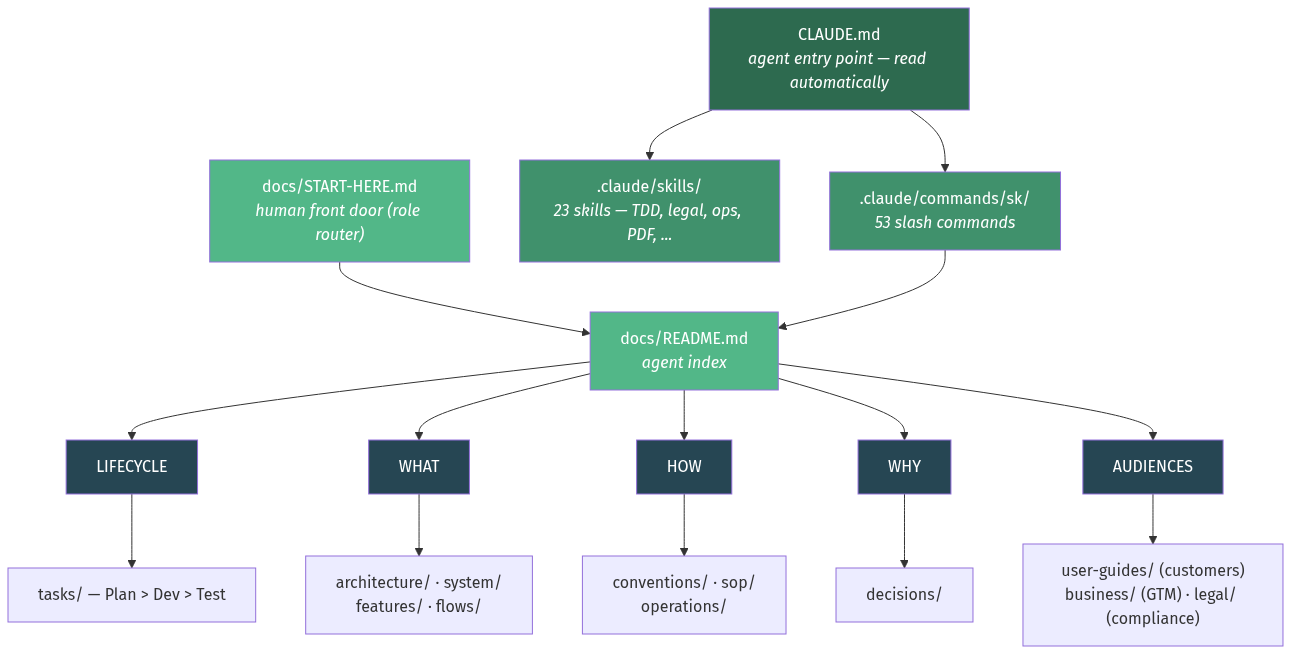
Before: assets/how-it-works.png, a diagram exported from Mermaid (moniav/sk). Its source is kept beside it as assets/src/how-it-works.mmd. The source it was exported from:
```mermaid
graph TD
    A["CLAUDE.md<br/><i>agent entry point — read automatically</i>"] --> B[".claude/commands/sk/<br/><i>53 slash commands</i>"]
    A --> B2[".claude/skills/<br/><i>23 skills — TDD, legal, ops, PDF, ...</i>"]
    SH["docs/START-HERE.md<br/><i>human front door (role router)</i>"] --> C
    B --> C["docs/README.md<br/><i>agent index</i>"]

    C --> D["LIFECYCLE"]
    C --> E["WHAT"]
    C --> G["HOW"]
    C --> F["WHY"]
    C --> H["AUDIENCES"]

    D --> D1["tasks/ — Plan > Dev > Test"]
    E --> E1["architecture/ · system/<br/>features/ · flows/"]
    G --> G1["conventions/ · sop/<br/>operations/"]
    F --> F1["decisions/"]
    H --> H1["user-guides/ (customers)<br/>business/ (GTM) · legal/ (compliance)"]

    style A fill:#2d6a4f,color:#fff
    style B fill:#40916c,color:#fff
    style B2 fill:#40916c,color:#fff
    style SH fill:#52b788,color:#fff
    style C fill:#52b788,color:#fff
    style D fill:#264653,color:#fff
    style E fill:#264653,color:#fff
    style F fill:#264653,color:#fff
    style G fill:#264653,color:#fff
    style H fill:#264653,color:#fff
```
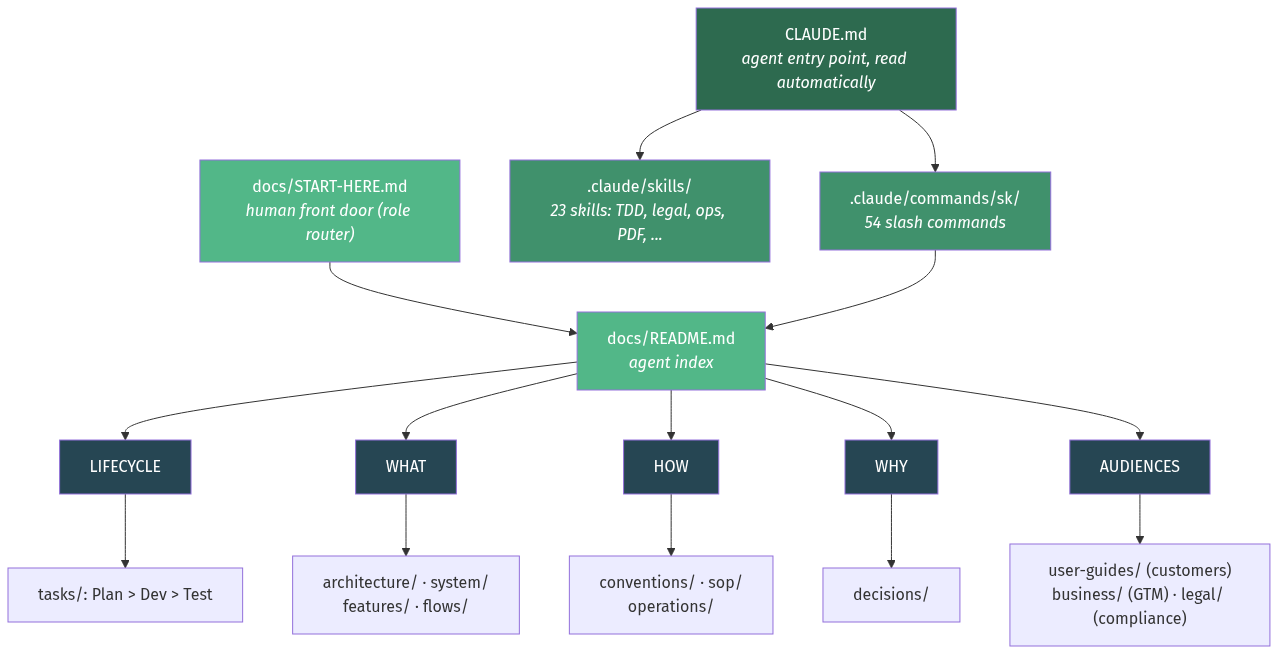
The same diagram one commit later.

What changed in the source:
```diff
@@ -1,6 +1,6 @@
 graph TD
-    A["CLAUDE.md<br/><i>agent entry point — read automatically</i>"] --> B[".claude/commands/sk/<br/><i>53 slash commands</i>"]
-    A --> B2[".claude/skills/<br/><i>23 skills — TDD, legal, ops, PDF, ...</i>"]
+    A["CLAUDE.md<br/><i>agent entry point, read automatically</i>"] --> B[".claude/commands/sk/<br/><i>54 slash commands</i>"]
+    A --> B2[".claude/skills/<br/><i>23 skills: TDD, legal, ops, PDF, ...</i>"]
     SH["docs/START-HERE.md<br/><i>human front door (role router)</i>"] --> C
     B --> C["docs/README.md<br/><i>agent index</i>"]
 
@@ -10,7 +10,7 @@
     C --> F["WHY"]
     C --> H["AUDIENCES"]
 
-    D --> D1["tasks/ — Plan > Dev > Test"]
+    D --> D1["tasks/: Plan > Dev > Test"]
     E --> E1["architecture/ · system/<br/>features/ · flows/"]
     G --> G1["conventions/ · sop/<br/>operations/"]
     F --> F1["decisions/"]
```
